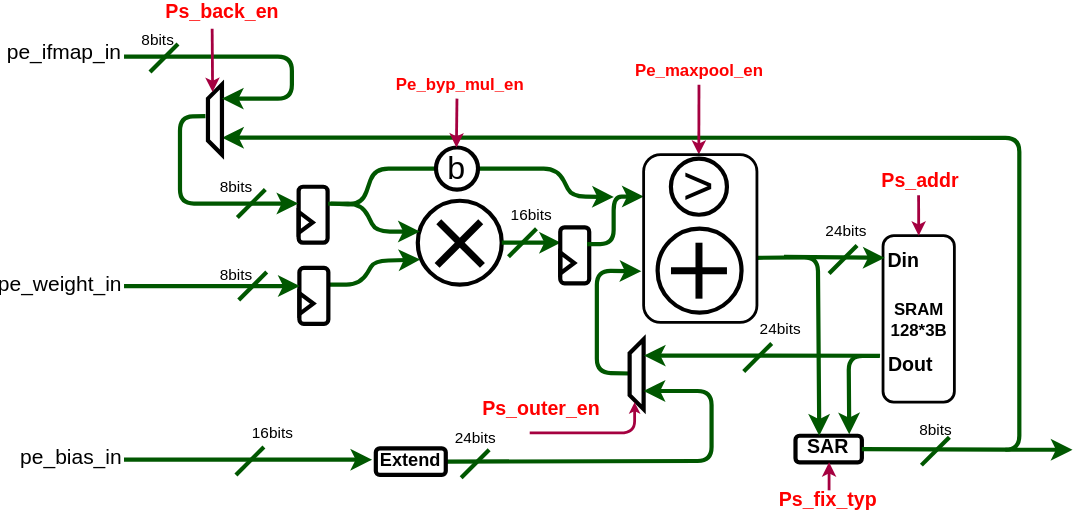
Above: docs/images/PE.drawio.svg in lycfly/EasyNPU (draw.io), before the change. Source tidied: cells renumbered, new cells last; positions are measured from the earlier drawing's top-left corner, leaving out a move shared by most shapes.
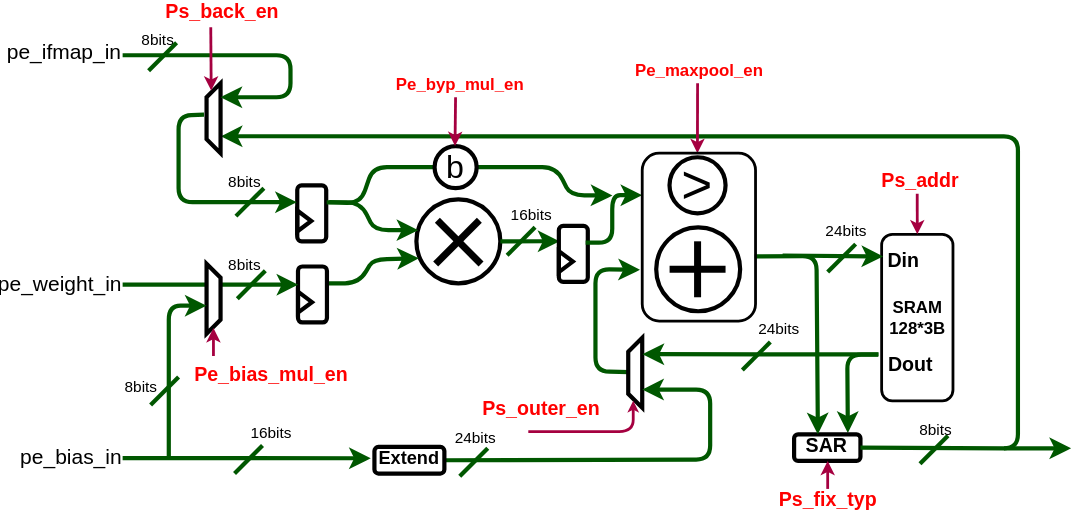
The same diagram one commit later.

What changed in the source:
```diff
@@ -141,7 +141,7 @@
     </mxCell>
     <mxCell id="33" value="8bits" style="edgeLabel;html=1;align=center;verticalAlign=middle;fontColor=#000000;labelBackgroundColor=none;" parent="32" vertex="1">
       <mxGeometry x="-0.67" y="2" relative="1" as="geometry">
-        <mxPoint x="38" y="40" as="offset" />
+        <mxPoint x="44" y="37" as="offset" />
       </mxGeometry>
     </mxCell>
     <mxCell id="34" style="endArrow=none;html=1;fontColor=#33FF33;strokeWidth=3;fillColor=#008a00;strokeColor=#005700;" parent="1" edge="1">
@@ -157,7 +157,9 @@
       </mxGeometry>
     </mxCell>
     <mxCell id="36" value="8bits" style="edgeLabel;html=1;align=center;verticalAlign=middle;fontColor=#000000;labelBackgroundColor=none;" parent="1" vertex="1">
-      <mxGeometry x="126" y="176" as="geometry" />
+      <mxGeometry x="126" y="176" as="geometry">
+        <mxPoint x="6" y="-7" as="offset" />
+      </mxGeometry>
     </mxCell>
     <mxCell id="37" value="&lt;div&gt;SRAM&lt;/div&gt;&lt;div&gt;128*3B&lt;br&gt;&lt;/div&gt;" style="rounded=1;whiteSpace=wrap;html=1;labelBackgroundColor=none;fontColor=#000000;fillColor=none;strokeColor=#000000;strokeWidth=2;fontSize=12;fontStyle=1;" parent="1" vertex="1">
       <mxGeometry x="588.6" y="148" width="51" height="119" as="geometry" />
@@ -254,7 +256,7 @@
         <mxPoint x="-10" as="offset" />
       </mxGeometry>
     </mxCell>
-    <mxCell id="55" style="group;" parent="1" vertex="1">
+    <mxCell id="55" style="group;rotation=90;" parent="1" vertex="1">
       <mxGeometry x="126" y="289" width="25.2" height="30" as="geometry" />
     </mxCell>
     <mxCell id="56" style="endArrow=none;html=1;fontColor=#33FF33;strokeWidth=3;fillColor=#008a00;strokeColor=#005700;" parent="55" edge="1">
@@ -429,5 +431,41 @@
     <mxCell id="88" value="&lt;font style=&quot;font-size: 12px&quot;&gt;Pe_byp_mul_en&lt;br style=&quot;font-size: 12px&quot;&gt;&lt;/font&gt;" style="edgeLabel;html=1;align=center;verticalAlign=middle;fontSize=12;fontColor=#FF0000;labelBackgroundColor=none;fontStyle=1;" parent="1" vertex="1">
       <mxGeometry x="286" y="40" as="geometry" />
     </mxCell>
+    <mxCell id="89" style="shadow=0;dashed=0;align=center;html=1;strokeWidth=3;shape=mxgraph.rtl.abstract.entity;kind=demux;drawPins=0;left=1;right=4;bottom=0;fillColor=#FFFFFF;strokeColor=#000000;rotation=-180;" parent="1" vertex="1">
+      <mxGeometry x="106" y="169" width="10" height="50" as="geometry" />
+    </mxCell>
+    <mxCell id="90" style="edgeStyle=none;html=1;entryX=0;entryY=0;entryDx=10;entryDy=20;entryPerimeter=0;fontColor=#33FF33;fillColor=#008a00;strokeColor=#005700;strokeWidth=3;" parent="1" edge="1" target="89">
+      <mxGeometry relative="1" as="geometry">
+        <mxPoint x="79" y="308" as="sourcePoint" />
+        <Array as="points">
+          <mxPoint x="79" y="199" />
+        </Array>
+      </mxGeometry>
+    </mxCell>
+    <mxCell id="91" style="group;rotation=90;" parent="1" vertex="1">
+      <mxGeometry x="66" y="240" width="25.2" height="30" as="geometry" />
+    </mxCell>
+    <mxCell id="92" style="endArrow=none;html=1;fontColor=#33FF33;strokeWidth=3;fillColor=#008a00;strokeColor=#005700;" parent="91" edge="1">
+      <mxGeometry relative="1" as="geometry">
+        <mxPoint y="30" as="sourcePoint" />
+        <mxPoint x="20" y="10" as="targetPoint" />
+      </mxGeometry>
+    </mxCell>
+    <mxCell id="93" value="8bits" style="edgeLabel;html=1;align=center;verticalAlign=middle;fontColor=#000000;labelBackgroundColor=none;" parent="1" vertex="1">
+      <mxGeometry x="53" y="250" as="geometry">
+        <mxPoint x="5" y="6" as="offset" />
+      </mxGeometry>
+    </mxCell>
+    <mxCell id="94" style="endArrow=classic;html=1;fontSize=16;fontColor=#000000;strokeColor=#A50040;strokeWidth=2;fillColor=#d80073;endSize=4;" parent="1" edge="1">
+      <mxGeometry relative="1" as="geometry">
+        <mxPoint x="110.9" y="235" as="sourcePoint" />
+        <mxPoint x="110.9" y="215" as="targetPoint" />
+      </mxGeometry>
+    </mxCell>
+    <mxCell id="95" value="Pe_bias_mul_en" style="edgeLabel;html=1;align=center;verticalAlign=middle;fontColor=#FF0000;labelBackgroundColor=none;fontSize=14;fontStyle=1;" parent="1" vertex="1">
+      <mxGeometry x="156" y="260" as="geometry">
+        <mxPoint x="-5" y="-13" as="offset" />
+      </mxGeometry>
+    </mxCell>
   </root>
 </mxGraphModel>
```
